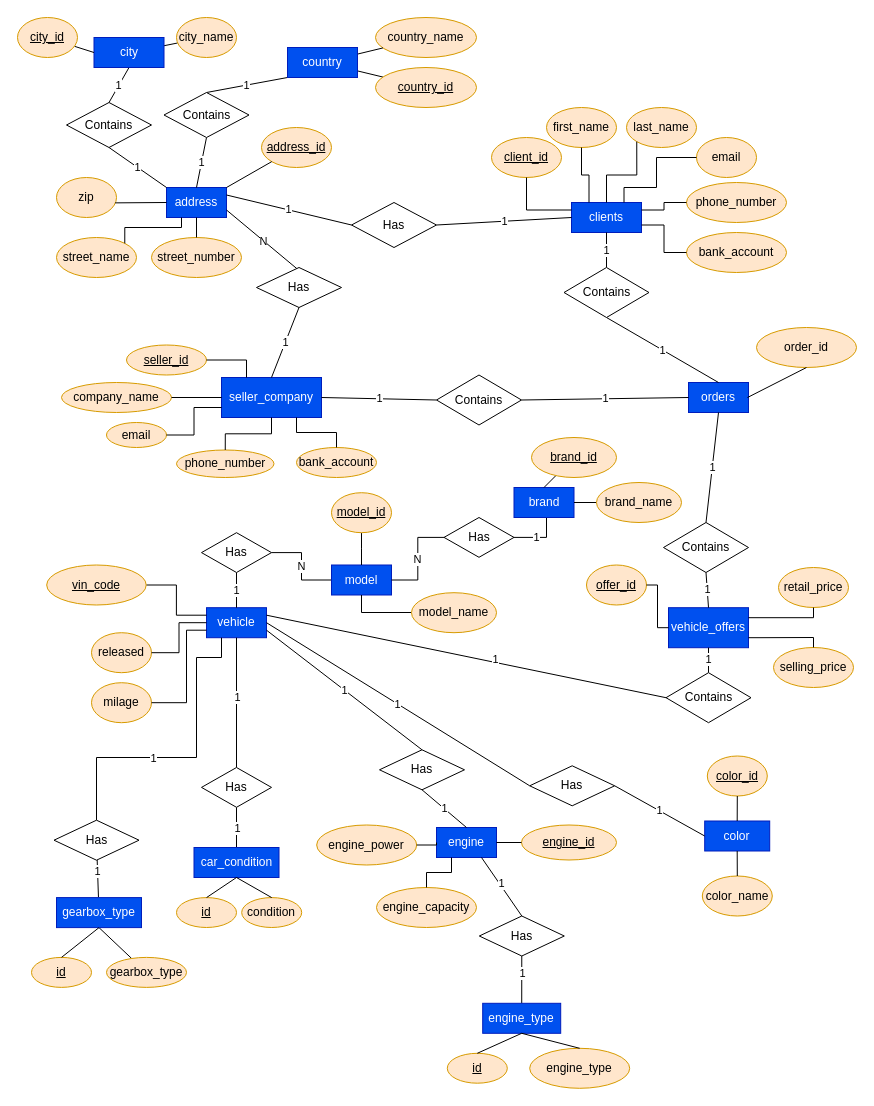
Above: page "conceptual model v2" (4 of 7) of Car Marketplace.drawio in kstekels/Car-Marketplace (draw.io), before the change. Source tidied: cells renumbered, new cells numbered last; positions are measured from the earlier drawing's top-left corner, leaving out a move shared by most shapes. Both pictures are drawn from the tidied source at 100%, with x=0, y=0 at pixel (17, 17).
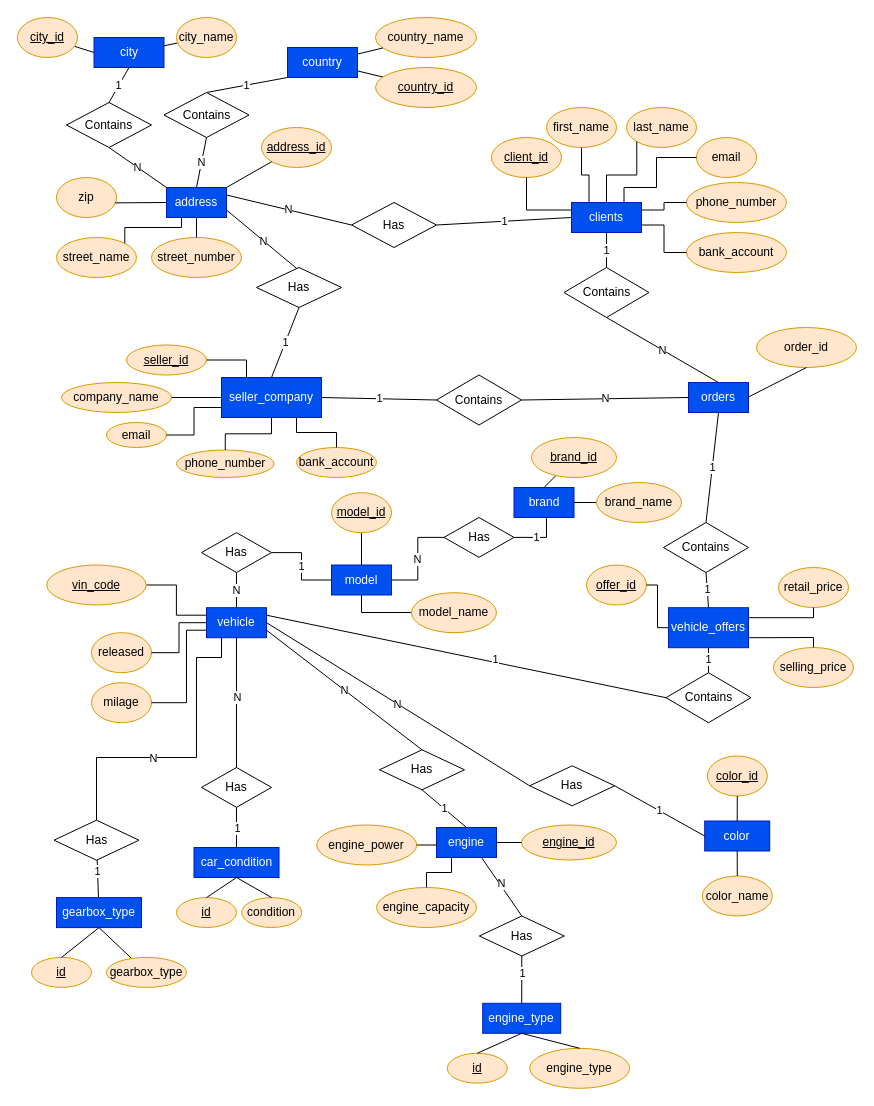
The same diagram, later.

Unchanged cells that the change refers to:
```xml
<mxCell id="3" value="address" style="rounded=0;whiteSpace=wrap;html=1;fillColor=#0050ef;fontColor=#ffffff;strokeColor=#001DBC;" parent="1" vertex="1">
  <mxGeometry x="149" y="170" width="60" height="30" as="geometry" />
</mxCell>
<mxCell id="5" value="orders" style="rounded=0;whiteSpace=wrap;html=1;fillColor=#0050ef;fontColor=#ffffff;strokeColor=#001DBC;" parent="1" vertex="1">
  <mxGeometry x="671" y="365" width="60" height="30" as="geometry" />
</mxCell>
<mxCell id="7" value="vehicle" style="rounded=0;whiteSpace=wrap;html=1;fillColor=#0050ef;fontColor=#ffffff;strokeColor=#001DBC;" parent="1" vertex="1">
  <mxGeometry x="189" y="590.2" width="60" height="30" as="geometry" />
</mxCell>
<mxCell id="51" style="endArrow=none;html=1;rounded=0;entryX=0.75;entryY=1;entryDx=0;entryDy=0;exitX=0.5;exitY=0;exitDx=0;exitDy=0;" parent="1" edge="1" source="113" target="8">
  <mxGeometry relative="1" as="geometry" />
</mxCell>
<mxCell id="60" style="endArrow=none;html=1;rounded=0;exitX=0.25;exitY=1;exitDx=0;exitDy=0;entryX=0.5;entryY=0;entryDx=0;entryDy=0;edgeStyle=orthogonalEdgeStyle;" parent="1" edge="1" source="7" target="96">
  <mxGeometry relative="1" as="geometry">
    <Array as="points">
      <mxPoint x="204" y="640" />
      <mxPoint x="179" y="640" />
      <mxPoint x="179" y="740" />
      <mxPoint x="79" y="740" />
    </Array>
  </mxGeometry>
</mxCell>
<mxCell id="62" style="endArrow=none;html=1;rounded=0;exitX=0.5;exitY=1;exitDx=0;exitDy=0;entryX=0.5;entryY=0;entryDx=0;entryDy=0;edgeStyle=elbowEdgeStyle;elbow=vertical;" parent="1" edge="1" source="7" target="104">
  <mxGeometry relative="1" as="geometry" />
</mxCell>
<mxCell id="85" value="Has" style="shape=rhombus;perimeter=rhombusPerimeter;whiteSpace=wrap;html=1;align=center;" parent="1" vertex="1">
  <mxGeometry x="334" y="185" width="85" height="45" as="geometry" />
</mxCell>
<mxCell id="88" value="Contains" style="shape=rhombus;perimeter=rhombusPerimeter;whiteSpace=wrap;html=1;align=center;" parent="1" vertex="1">
  <mxGeometry x="419" y="357.5" width="85" height="50" as="geometry" />
</mxCell>
<mxCell id="89" value="Contains" style="shape=rhombus;perimeter=rhombusPerimeter;whiteSpace=wrap;html=1;align=center;" parent="1" vertex="1">
  <mxGeometry x="546.5" y="250" width="85" height="50" as="geometry" />
</mxCell>
<mxCell id="92" value="Has" style="shape=rhombus;perimeter=rhombusPerimeter;whiteSpace=wrap;html=1;align=center;" parent="1" vertex="1">
  <mxGeometry x="362" y="732.3" width="85" height="40" as="geometry" />
</mxCell>
<mxCell id="93" value="Has" style="shape=rhombus;perimeter=rhombusPerimeter;whiteSpace=wrap;html=1;align=center;" parent="1" vertex="1">
  <mxGeometry x="512.2" y="748.3" width="85" height="40" as="geometry" />
</mxCell>
<mxCell id="120" value="Has" style="shape=rhombus;perimeter=rhombusPerimeter;whiteSpace=wrap;html=1;align=center;" parent="1" vertex="1">
  <mxGeometry x="184" y="515.2" width="70" height="39.8" as="geometry" />
</mxCell>
<mxCell id="122" value="&lt;div&gt;model&lt;/div&gt;" style="rounded=0;whiteSpace=wrap;html=1;fillColor=#0050ef;fontColor=#ffffff;strokeColor=#001DBC;" parent="1" vertex="1">
  <mxGeometry x="314" y="547.5" width="60" height="30" as="geometry" />
</mxCell>
<mxCell id="140" value="Contains" style="shape=rhombus;perimeter=rhombusPerimeter;whiteSpace=wrap;html=1;align=center;" parent="1" vertex="1">
  <mxGeometry x="146.5" y="75" width="85" height="45" as="geometry" />
</mxCell>
<mxCell id="142" value="Contains" style="shape=rhombus;perimeter=rhombusPerimeter;whiteSpace=wrap;html=1;align=center;" parent="1" vertex="1">
  <mxGeometry x="49" y="85" width="85" height="45" as="geometry" />
</mxCell>
```

The edit, as a diff of the source:
```diff
@@
-    <mxCell id="18" value="1" style="endArrow=none;html=1;rounded=0;exitX=0.5;exitY=0;exitDx=0;exitDy=0;entryX=0.5;entryY=1;entryDx=0;entryDy=0;" parent="1" edge="1" source="3" target="140">
+    <mxCell id="18" value="N" style="endArrow=none;html=1;rounded=0;exitX=0.5;exitY=0;exitDx=0;exitDy=0;entryX=0.5;entryY=1;entryDx=0;entryDy=0;" parent="1" edge="1" source="3" target="140">
       <mxGeometry relative="1" as="geometry" />
     </mxCell>
-    <mxCell id="19" value="1" style="endArrow=none;html=1;rounded=0;entryX=0.5;entryY=1;entryDx=0;entryDy=0;exitX=0;exitY=0;exitDx=0;exitDy=0;exitPerimeter=0;" parent="1" edge="1" source="3" target="142">
+    <mxCell id="19" value="N" style="endArrow=none;html=1;rounded=0;entryX=0.5;entryY=1;entryDx=0;entryDy=0;exitX=0;exitY=0;exitDx=0;exitDy=0;exitPerimeter=0;" parent="1" edge="1" source="3" target="142">
       <mxGeometry relative="1" as="geometry" />
     </mxCell>
@@
-    <mxCell id="46" value="1" style="endArrow=none;html=1;rounded=0;entryX=1;entryY=0.75;entryDx=0;entryDy=0;exitX=0.5;exitY=0;exitDx=0;exitDy=0;" parent="1" edge="1" source="92" target="7">
+    <mxCell id="46" value="N" style="endArrow=none;html=1;rounded=0;entryX=1;entryY=0.75;entryDx=0;entryDy=0;exitX=0.5;exitY=0;exitDx=0;exitDy=0;" parent="1" edge="1" source="92" target="7">
       <mxGeometry relative="1" as="geometry" />
     </mxCell>
@@
-    <mxCell id="52" value="1" style="edgeLabel;html=1;align=center;verticalAlign=middle;" parent="51" vertex="1">
+    <mxCell id="52" value="N" style="edgeLabel;html=1;align=center;verticalAlign=middle;" parent="51" vertex="1">
       <mxGeometry x="0.1" y="-2" relative="1" as="geometry" />
     </mxCell>
@@
-    <mxCell id="61" value="1" style="edgeLabel;html=1;align=center;verticalAlign=middle;" parent="60" vertex="1">
+    <mxCell id="61" value="N" style="edgeLabel;html=1;align=center;verticalAlign=middle;" parent="60" vertex="1">
       <mxGeometry x="-0.04" y="-3" relative="1" as="geometry">
         <mxPoint x="-40" y="3" as="offset" />
       </mxGeometry>
     </mxCell>
@@
-    <mxCell id="63" value="1" style="edgeLabel;html=1;align=center;verticalAlign=middle;" parent="62" vertex="1">
+    <mxCell id="63" value="N" style="edgeLabel;html=1;align=center;verticalAlign=middle;" parent="62" vertex="1">
       <mxGeometry x="-0.09" y="2" relative="1" as="geometry">
         <mxPoint x="-2" as="offset" />
       </mxGeometry>
     </mxCell>
@@
-    <mxCell id="76" value="1" style="endArrow=none;html=1;rounded=0;entryX=0;entryY=0.5;entryDx=0;entryDy=0;exitX=1;exitY=0.5;exitDx=0;exitDy=0;" parent="1" edge="1" source="88" target="5">
+    <mxCell id="76" value="N" style="endArrow=none;html=1;rounded=0;entryX=0;entryY=0.5;entryDx=0;entryDy=0;exitX=1;exitY=0.5;exitDx=0;exitDy=0;" parent="1" edge="1" source="88" target="5">
       <mxGeometry relative="1" as="geometry" />
     </mxCell>
@@
-    <mxCell id="78" value="1" style="endArrow=none;html=1;rounded=0;entryX=0.5;entryY=0;entryDx=0;entryDy=0;exitX=0.5;exitY=1;exitDx=0;exitDy=0;" parent="1" edge="1" source="89" target="5">
+    <mxCell id="78" value="N" style="endArrow=none;html=1;rounded=0;entryX=0.5;entryY=0;entryDx=0;entryDy=0;exitX=0.5;exitY=1;exitDx=0;exitDy=0;" parent="1" edge="1" source="89" target="5">
       <mxGeometry relative="1" as="geometry" />
     </mxCell>
-    <mxCell id="79" value="1" style="endArrow=none;html=1;rounded=0;entryX=1;entryY=0.5;entryDx=0;entryDy=0;exitX=0;exitY=0.5;exitDx=0;exitDy=0;" parent="1" edge="1" source="93" target="7">
+    <mxCell id="79" value="N" style="endArrow=none;html=1;rounded=0;entryX=1;entryY=0.5;entryDx=0;entryDy=0;exitX=0;exitY=0.5;exitDx=0;exitDy=0;" parent="1" edge="1" source="93" target="7">
       <mxGeometry relative="1" as="geometry" />
     </mxCell>
@@
-    <mxCell id="86" value="1" style="endArrow=none;html=1;rounded=0;entryX=0;entryY=0.5;entryDx=0;entryDy=0;exitX=1;exitY=0.25;exitDx=0;exitDy=0;elbow=vertical;" parent="1" edge="1" source="3" target="85">
+    <mxCell id="86" value="N" style="endArrow=none;html=1;rounded=0;entryX=0;entryY=0.5;entryDx=0;entryDy=0;exitX=1;exitY=0.25;exitDx=0;exitDy=0;elbow=vertical;" parent="1" edge="1" source="3" target="85">
       <mxGeometry relative="1" as="geometry" />
     </mxCell>
@@
-    <mxCell id="119" value="1" style="edgeStyle=elbowEdgeStyle;rounded=0;jettySize=auto;html=1;startArrow=none;startFill=0;endArrow=none;endFill=0;" parent="1" edge="1" source="120" target="7">
+    <mxCell id="119" value="N" style="edgeStyle=elbowEdgeStyle;rounded=0;jettySize=auto;html=1;startArrow=none;startFill=0;endArrow=none;endFill=0;elbow=horizontal;" parent="1" edge="1" source="120" target="7">
       <mxGeometry relative="1" as="geometry" />
     </mxCell>
@@
-    <mxCell id="121" value="N" style="edgeStyle=elbowEdgeStyle;rounded=0;jettySize=auto;html=1;startArrow=none;startFill=0;endArrow=none;endFill=0;elbow=horizontal;" parent="1" edge="1" source="122" target="120">
+    <mxCell id="121" value="1" style="edgeStyle=elbowEdgeStyle;rounded=0;jettySize=auto;html=1;startArrow=none;startFill=0;endArrow=none;endFill=0;entryX=1;entryY=0.5;entryDx=0;entryDy=0;exitX=0;exitY=0.5;exitDx=0;exitDy=0;" parent="1" edge="1" source="122" target="120">
       <mxGeometry relative="1" as="geometry" />
     </mxCell>
```
